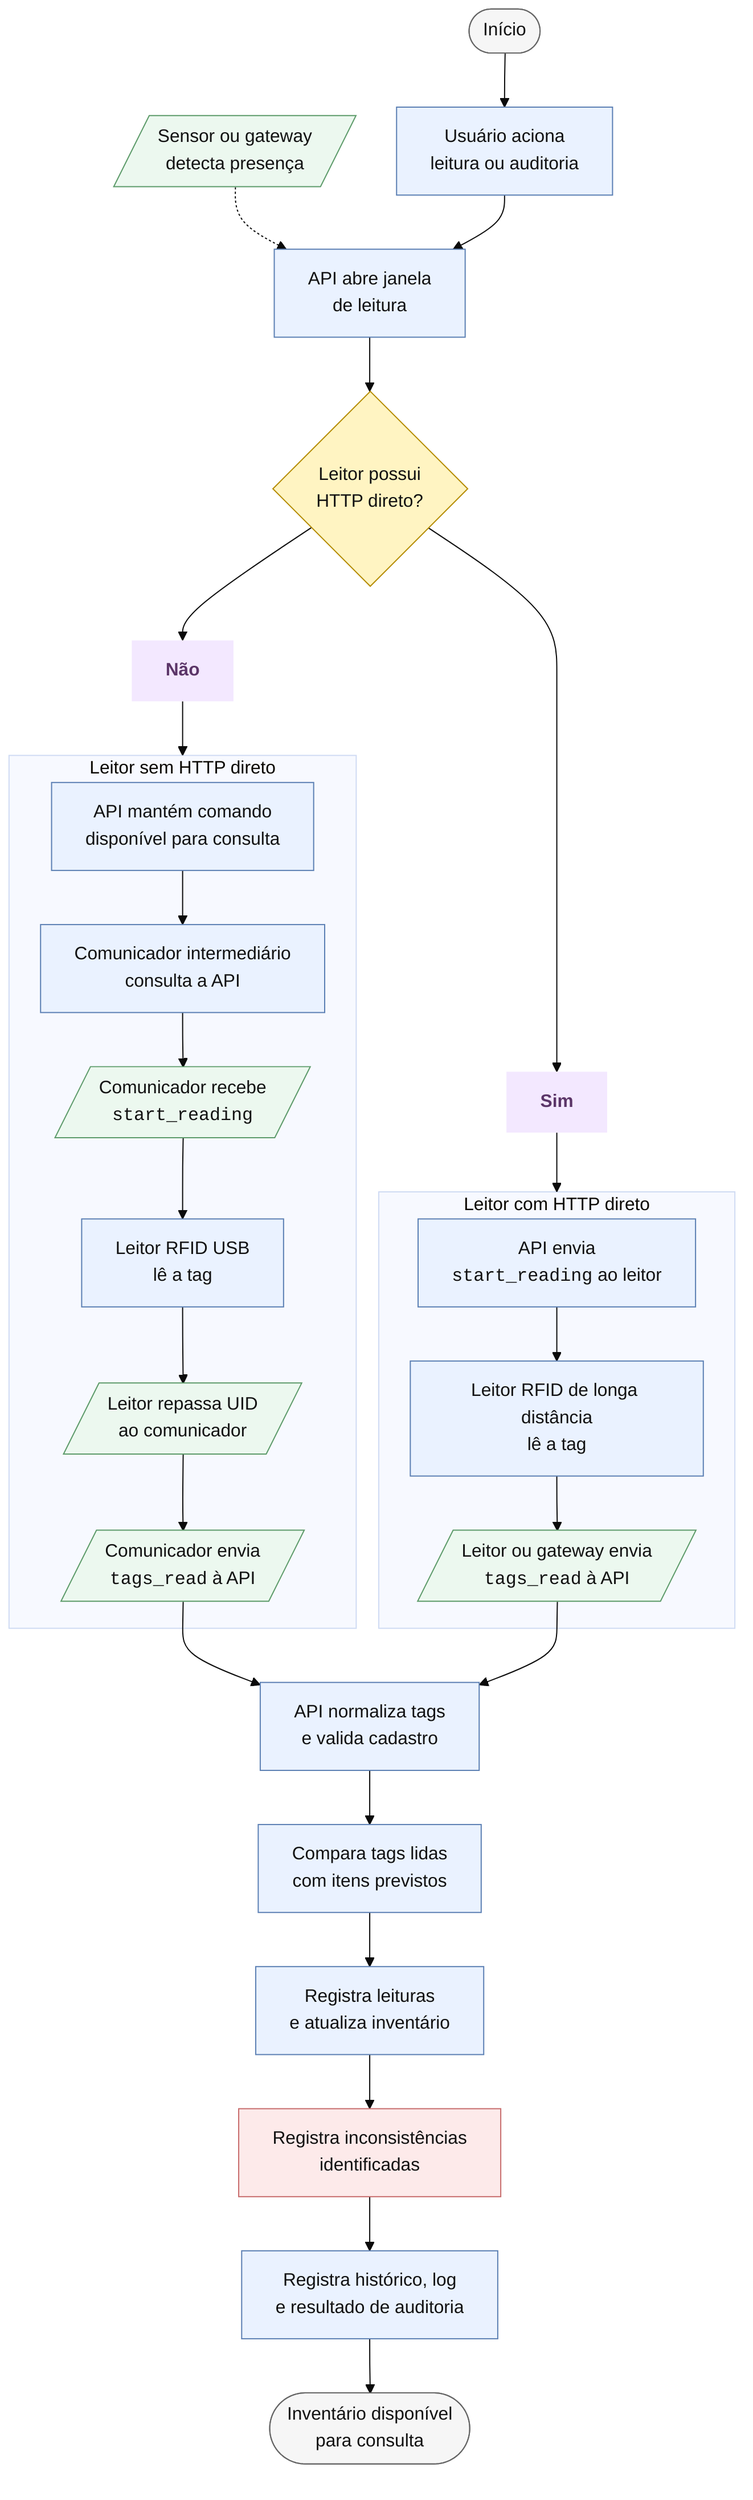
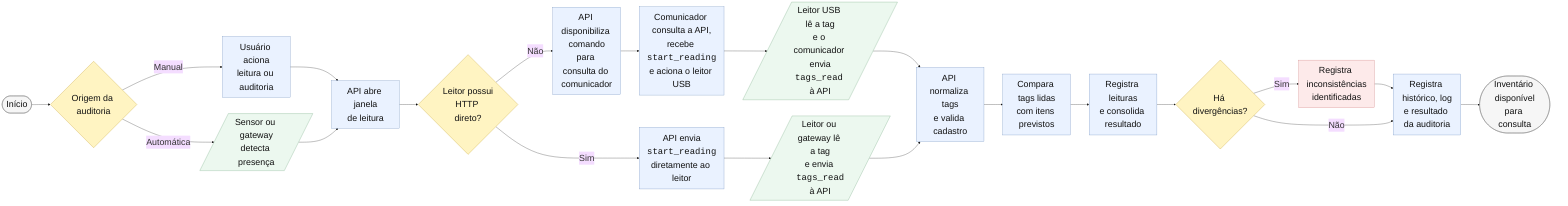
- %%{init: {"theme": "base", "flowchart": {"curve": "basis", "nodeSpacing": 36, "rankSpacing": 48}}}%%
- flowchart TB
+ %%{init: {"theme": "base", "themeVariables": {"fontSize": "34px", "fontFamily": "Arial"}, "flowchart": {"curve": "basis", "nodeSpacing": 62, "rankSpacing": 72}}}%%
+ flowchart LR
    Inicio([Início])
+     Origem{Origem da auditoria}
    Usuario[Usuário aciona<br/>leitura ou auditoria]
    Sensor[/Sensor ou gateway<br/>detecta presença/]
    Janela[API abre janela<br/>de leitura]
    Http{Leitor possui<br/>HTTP direto?}
-     RotaPolling["Não"]:::branch
-     RotaHttp["Sim"]:::branch

-     subgraph SemHttp["Leitor sem HTTP direto"]
-         CmdPolling[API mantém comando<br/>disponível para consulta]
-         Consulta[Comunicador intermediário<br/>consulta a API]
-         StartUsb[/Comunicador recebe<br/><code>start_reading</code>/]
-         LeituraUsb[Leitor RFID USB<br/>lê a tag]
-         RepasseUsb[/Leitor repassa UID<br/>ao comunicador/]
-         EventoUsb[/Comunicador envia<br/><code>tags_read</code> à API/]
-     end
+     SemHttp[API disponibiliza comando<br/>para consulta do comunicador]
+     Usb[Comunicador consulta a API,<br/>recebe <code>start_reading</code><br/>e aciona o leitor USB]
+     EventoUsb[/Leitor USB lê a tag<br/>e o comunicador envia<br/><code>tags_read</code> à API/]

-     subgraph ComHttp["Leitor com HTTP direto"]
-         CmdHttp[API envia<br/><code>start_reading</code> ao leitor]
-         LeituraHttp[Leitor RFID de longa distância<br/>lê a tag]
-         EventoHttp[/Leitor ou gateway envia<br/><code>tags_read</code> à API/]
-     end
+     ComHttp[API envia<br/><code>start_reading</code><br/>diretamente ao leitor]
+     EventoHttp[/Leitor ou gateway lê a tag<br/>e envia <code>tags_read</code><br/>à API/]

    Processa[API normaliza tags<br/>e valida cadastro]
    Compara[Compara tags lidas<br/>com itens previstos]
-     Consolida[Registra leituras<br/>e atualiza inventário]
+     Consolida[Registra leituras<br/>e consolida resultado]
+     Divergencias{Há divergências?}
    Inconsistencias[Registra inconsistências<br/>identificadas]
-     Historico[Registra histórico, log<br/>e resultado de auditoria]
+     Historico[Registra histórico, log<br/>e resultado da auditoria]
    Fim([Inventário disponível<br/>para consulta])

-     Inicio --> Usuario
-     Sensor -.-> Janela
-     Usuario --> Janela
+     Inicio --> Origem
+     Origem -- Manual --> Usuario --> Janela
+     Origem -- Automática --> Sensor --> Janela
    Janela --> Http

-     Http --> RotaPolling
-     RotaPolling --> SemHttp
-     CmdPolling --> Consulta
-     Consulta --> StartUsb
-     StartUsb --> LeituraUsb
-     LeituraUsb --> RepasseUsb
-     RepasseUsb --> EventoUsb
-     EventoUsb --> Processa
+     Http -- Não --> SemHttp --> Usb --> EventoUsb --> Processa
+     Http -- Sim --> ComHttp --> EventoHttp --> Processa

-     Http --> RotaHttp
-     RotaHttp --> ComHttp
-     CmdHttp --> LeituraHttp
-     LeituraHttp --> EventoHttp
-     EventoHttp --> Processa
- 
-     Processa --> Compara
-     Compara --> Consolida
-     Consolida --> Inconsistencias
-     Inconsistencias --> Historico
+     Processa --> Compara --> Consolida --> Divergencias
+     Divergencias -- Sim --> Inconsistencias --> Historico
+     Divergencias -- Não --> Historico
    Historico --> Fim

    classDef terminal fill:#f6f6f6,stroke:#666,color:#111,stroke-width:1px;
    classDef action fill:#eaf2ff,stroke:#5b7fb3,color:#111,stroke-width:1px;
    classDef io fill:#ecf8ef,stroke:#5d9b6a,color:#111,stroke-width:1px;
    classDef decision fill:#fff4c2,stroke:#b58b00,color:#111,stroke-width:1px;
    classDef alert fill:#fdeaea,stroke:#c76b6b,color:#111,stroke-width:1px;
-     classDef branch fill:#f3e8ff,stroke:none,color:#5b3568,font-weight:bold;

    class Inicio,Fim terminal;
-     class Usuario,Janela,CmdPolling,Consulta,LeituraUsb,CmdHttp,LeituraHttp,Processa,Compara,Consolida,Historico action;
-     class Sensor,StartUsb,RepasseUsb,EventoUsb,EventoHttp io;
-     class Http decision;
+     class Usuario,Janela,SemHttp,Usb,ComHttp,Processa,Compara,Consolida,Historico action;
+     class Sensor,EventoUsb,EventoHttp io;
+     class Origem,Http,Divergencias decision;
    class Inconsistencias alert;
